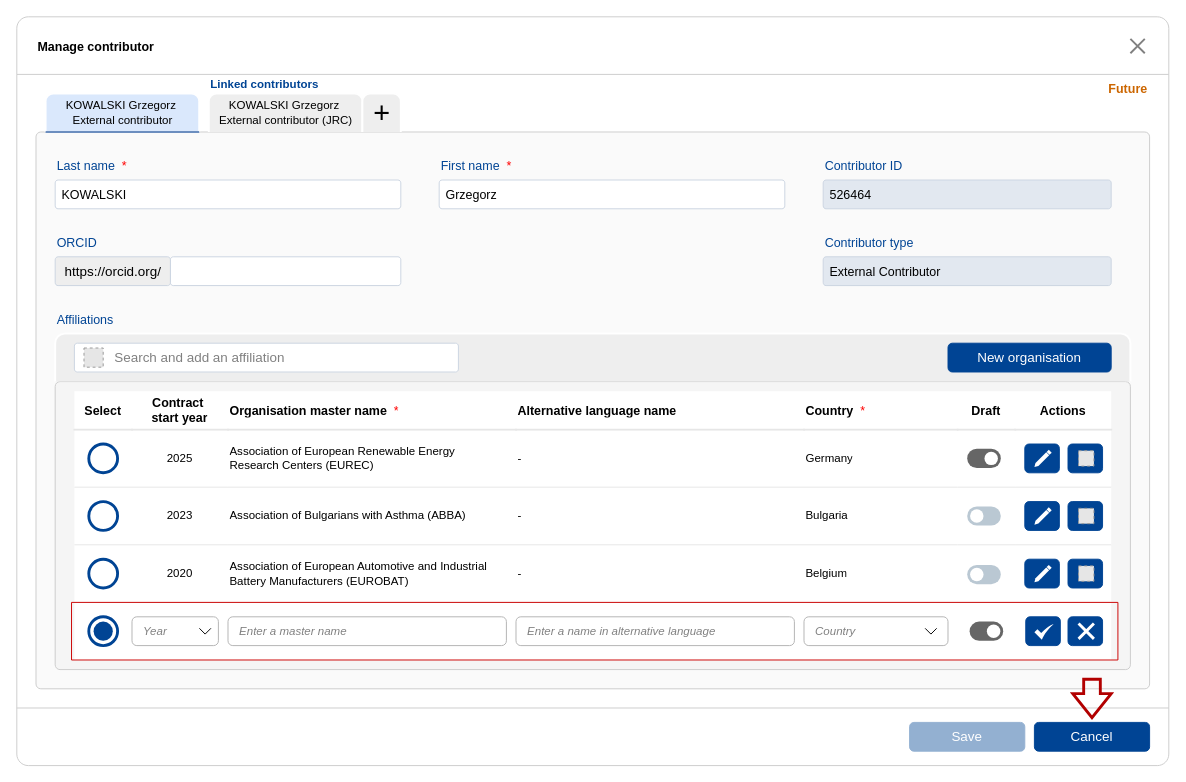
Above: page "Page-Edit_contributor_new_org" (16 of 28) of test_corporate_contributors_ver_4.drawio in RyszardBudzinski/PUBSY_mockups (draw.io), before the change. Source tidied: cells renumbered, new cells numbered last; positions are measured from the earlier drawing's top-left corner, leaving out a move shared by most shapes. Both pictures are drawn from the tidied source at 96%, with x=0, y=0 at pixel (16, 16). Pictures stored in the file or linked from it are replaced by grey dashed boxes.
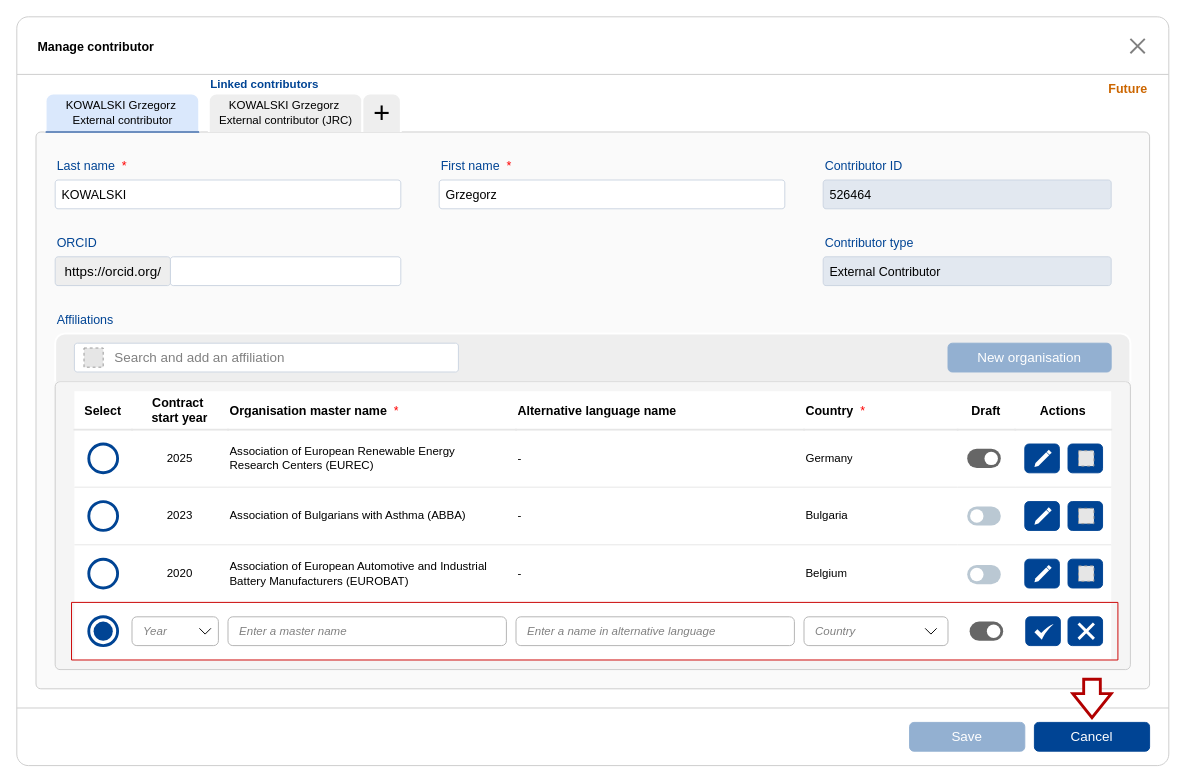
Above is the later version.

Change to the diagram source:
```diff
@@
-    <mxCell id="112" value="New organisation" style="rounded=1;whiteSpace=wrap;html=1;fillColor=#004494;fontColor=#ffffff;strokeColor=#004494;glass=0;fontSize=14;" parent="1" vertex="1">
+    <mxCell id="112" value="New organisation" style="rounded=1;whiteSpace=wrap;html=1;fillColor=light-dark(#93B0D1,#93B0D1);fontColor=#ffffff;strokeColor=light-dark(#93B0D1,#93B0D1);glass=0;fontSize=14;" parent="1" vertex="1">
       <mxGeometry x="970" y="340" width="170" height="30" as="geometry" />
     </mxCell>
@@
-    <mxCell id="121" style="shape=singleArrow;direction=south;whiteSpace=wrap;html=1;arrowWidth=0.43333333333333335;arrowSize=0.625;fillColor=none;strokeColor=#B20000;shadow=0;rotation=0;fontColor=#ffffff;strokeWidth=3;" parent="1" vertex="1">
+    <mxCell id="121" style="shape=singleArrow;direction=south;whiteSpace=wrap;html=1;arrowWidth=0.43333333333333335;arrowSize=0.625;fillColor=default;strokeColor=#B20000;shadow=0;rotation=0;fontColor=#ffffff;strokeWidth=3;" parent="1" vertex="1">
       <mxGeometry x="1100" y="690" width="40" height="40" as="geometry" />
     </mxCell>
```
